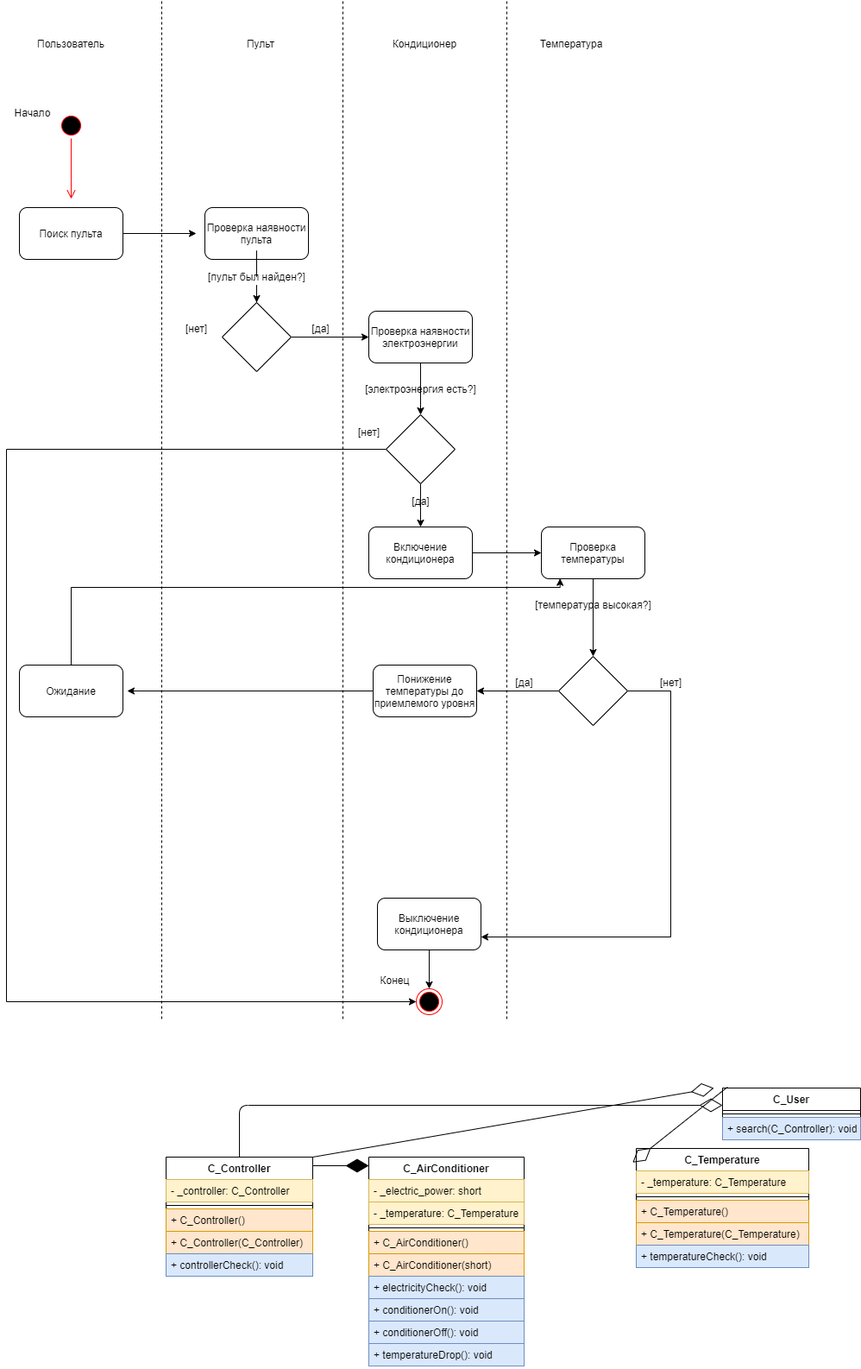
Before: Untitled Diagram.drawio.png, a diagram exported from draw.io (Bogdan0012/UML-works). Source tidied: cells renumbered, new cells last; positions are measured from the earlier drawing's top-left corner, leaving out a move shared by most shapes.
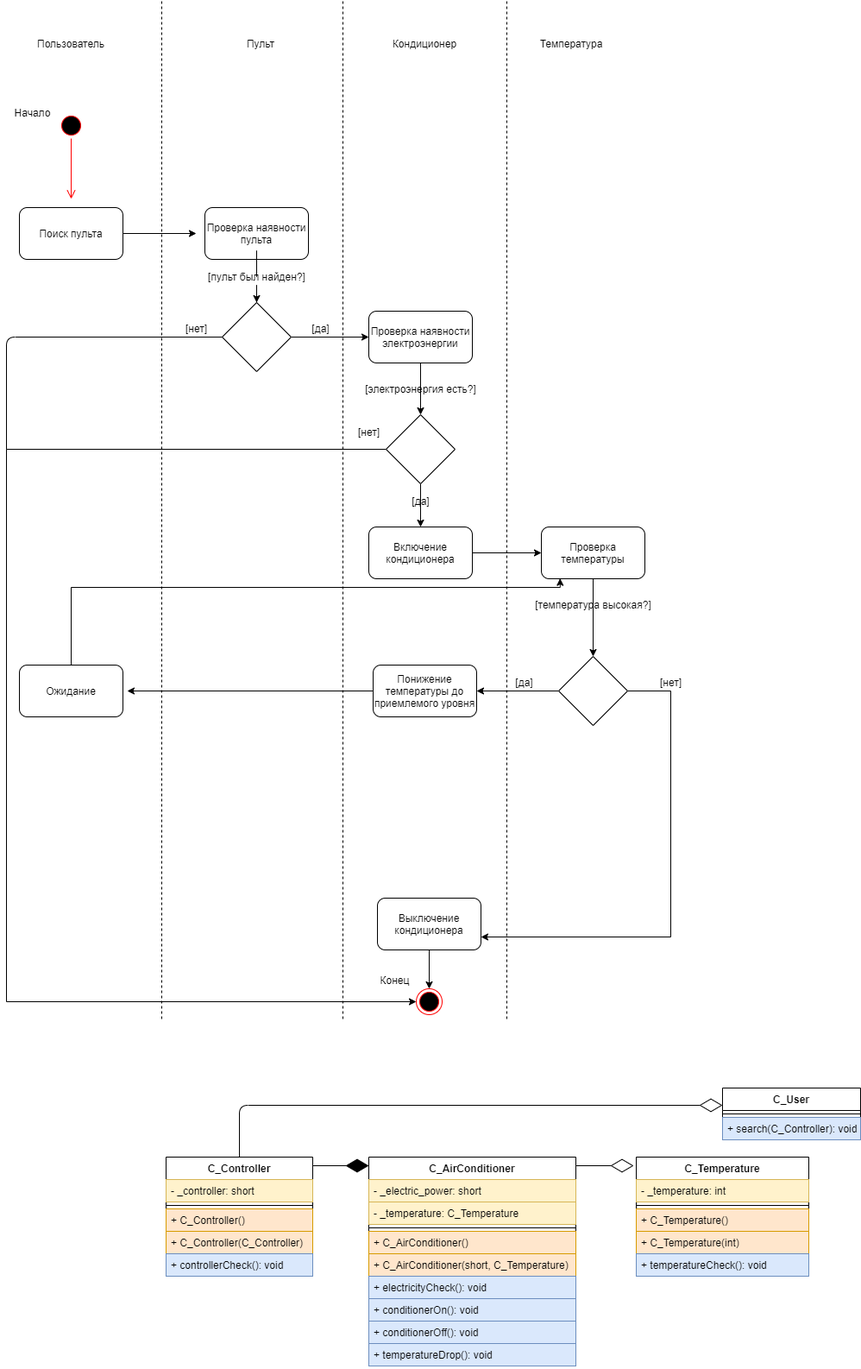
After the change.

What changed in the source:
```diff
@@ -186,7 +186,7 @@
     <mxCell id="51" value="C_Controller" style="swimlane;fontStyle=1;align=center;verticalAlign=top;horizontal=1;startSize=26;" parent="1" vertex="1">
       <mxGeometry x="185" y="1340" width="170" height="138" as="geometry" />
     </mxCell>
-    <mxCell id="52" value="- _controller: C_Controller" style="text;strokeColor=#d6b656;fillColor=#fff2cc;align=left;verticalAlign=top;spacingLeft=4;spacingRight=4;overflow=hidden;" parent="51" vertex="1">
+    <mxCell id="52" value="- _controller: short" style="text;strokeColor=#d6b656;fillColor=#fff2cc;align=left;verticalAlign=top;spacingLeft=4;spacingRight=4;overflow=hidden;" parent="51" vertex="1">
       <mxGeometry y="26" width="170" height="26" as="geometry" />
     </mxCell>
     <mxCell id="53" style="line;strokeWidth=1;fillColor=none;align=left;verticalAlign=middle;spacingTop=-1;spacingLeft=3;spacingRight=3;labelPosition=right;" parent="51" vertex="1">
@@ -202,39 +202,39 @@
       <mxGeometry y="112" width="170" height="26" as="geometry" />
     </mxCell>
     <mxCell id="57" value="C_AirConditioner" style="swimlane;fontStyle=1;align=center;verticalAlign=top;horizontal=1;startSize=26;" parent="1" vertex="1">
-      <mxGeometry x="420" y="1340" width="180" height="242" as="geometry" />
+      <mxGeometry x="420" y="1340" width="240" height="242" as="geometry" />
     </mxCell>
     <mxCell id="58" value="- _electric_power: short" style="text;strokeColor=#d6b656;fillColor=#fff2cc;align=left;verticalAlign=top;spacingLeft=4;spacingRight=4;overflow=hidden;" parent="57" vertex="1">
-      <mxGeometry y="26" width="180" height="26" as="geometry" />
+      <mxGeometry y="26" width="240" height="26" as="geometry" />
     </mxCell>
     <mxCell id="59" value="- _temperature: C_Temperature" style="text;strokeColor=#d6b656;fillColor=#fff2cc;align=left;verticalAlign=top;spacingLeft=4;spacingRight=4;overflow=hidden;" parent="57" vertex="1">
-      <mxGeometry y="52" width="180" height="26" as="geometry" />
+      <mxGeometry y="52" width="240" height="26" as="geometry" />
     </mxCell>
     <mxCell id="60" style="line;strokeWidth=1;fillColor=none;align=left;verticalAlign=middle;spacingTop=-1;spacingLeft=3;spacingRight=3;labelPosition=right;" parent="57" vertex="1">
-      <mxGeometry y="78" width="180" height="8" as="geometry" />
+      <mxGeometry y="78" width="240" height="8" as="geometry" />
     </mxCell>
     <mxCell id="61" value="+ C_AirConditioner()" style="text;strokeColor=#d79b00;fillColor=#ffe6cc;align=left;verticalAlign=top;spacingLeft=4;spacingRight=4;overflow=hidden;" parent="57" vertex="1">
-      <mxGeometry y="86" width="180" height="26" as="geometry" />
+      <mxGeometry y="86" width="240" height="26" as="geometry" />
     </mxCell>
-    <mxCell id="62" value="+ C_AirConditioner(short)" style="text;strokeColor=#d79b00;fillColor=#ffe6cc;align=left;verticalAlign=top;spacingLeft=4;spacingRight=4;overflow=hidden;" parent="57" vertex="1">
-      <mxGeometry y="112" width="180" height="26" as="geometry" />
+    <mxCell id="62" value="+ C_AirConditioner(short, C_Temperature)" style="text;strokeColor=#d79b00;fillColor=#ffe6cc;align=left;verticalAlign=top;spacingLeft=4;spacingRight=4;overflow=hidden;" parent="57" vertex="1">
+      <mxGeometry y="112" width="240" height="26" as="geometry" />
     </mxCell>
     <mxCell id="63" value="+ electricityCheck(): void" style="text;strokeColor=#6c8ebf;fillColor=#dae8fc;align=left;verticalAlign=top;spacingLeft=4;spacingRight=4;overflow=hidden;" parent="57" vertex="1">
-      <mxGeometry y="138" width="180" height="26" as="geometry" />
+      <mxGeometry y="138" width="240" height="26" as="geometry" />
     </mxCell>
     <mxCell id="64" value="+ conditionerOn(): void" style="text;strokeColor=#6c8ebf;fillColor=#dae8fc;align=left;verticalAlign=top;spacingLeft=4;spacingRight=4;overflow=hidden;" parent="57" vertex="1">
-      <mxGeometry y="164" width="180" height="26" as="geometry" />
+      <mxGeometry y="164" width="240" height="26" as="geometry" />
     </mxCell>
     <mxCell id="65" value="+ conditionerOff(): void" style="text;strokeColor=#6c8ebf;fillColor=#dae8fc;align=left;verticalAlign=top;spacingLeft=4;spacingRight=4;overflow=hidden;" parent="57" vertex="1">
-      <mxGeometry y="190" width="180" height="26" as="geometry" />
+      <mxGeometry y="190" width="240" height="26" as="geometry" />
     </mxCell>
     <mxCell id="66" value="+ temperatureDrop(): void" style="text;strokeColor=#6c8ebf;fillColor=#dae8fc;align=left;verticalAlign=top;spacingLeft=4;spacingRight=4;overflow=hidden;" parent="57" vertex="1">
-      <mxGeometry y="216" width="180" height="26" as="geometry" />
+      <mxGeometry y="216" width="240" height="26" as="geometry" />
     </mxCell>
     <mxCell id="67" value="C_Temperature" style="swimlane;fontStyle=1;align=center;verticalAlign=top;horizontal=1;startSize=26;" parent="1" vertex="1">
-      <mxGeometry x="730" y="1330" width="200" height="138" as="geometry" />
+      <mxGeometry x="730" y="1340" width="200" height="138" as="geometry" />
     </mxCell>
-    <mxCell id="68" value="- _temperature: C_Temperature" style="text;strokeColor=#d6b656;fillColor=#fff2cc;align=left;verticalAlign=top;spacingLeft=4;spacingRight=4;overflow=hidden;" parent="67" vertex="1">
+    <mxCell id="68" value="- _temperature: int" style="text;strokeColor=#d6b656;fillColor=#fff2cc;align=left;verticalAlign=top;spacingLeft=4;spacingRight=4;overflow=hidden;" parent="67" vertex="1">
       <mxGeometry y="26" width="200" height="26" as="geometry" />
     </mxCell>
     <mxCell id="69" style="line;strokeWidth=1;fillColor=none;align=left;verticalAlign=middle;spacingTop=-1;spacingLeft=3;spacingRight=3;labelPosition=right;" parent="67" vertex="1">
@@ -243,7 +243,7 @@
     <mxCell id="70" value="+ C_Temperature()" style="text;strokeColor=#d79b00;fillColor=#ffe6cc;align=left;verticalAlign=top;spacingLeft=4;spacingRight=4;overflow=hidden;" parent="67" vertex="1">
       <mxGeometry y="60" width="200" height="26" as="geometry" />
     </mxCell>
-    <mxCell id="71" value="+ C_Temperature(C_Temperature)" style="text;strokeColor=#d79b00;fillColor=#ffe6cc;align=left;verticalAlign=top;spacingLeft=4;spacingRight=4;overflow=hidden;" parent="67" vertex="1">
+    <mxCell id="71" value="+ C_Temperature(int)" style="text;strokeColor=#d79b00;fillColor=#ffe6cc;align=left;verticalAlign=top;spacingLeft=4;spacingRight=4;overflow=hidden;" parent="67" vertex="1">
       <mxGeometry y="86" width="200" height="26" as="geometry" />
     </mxCell>
     <mxCell id="72" value="+ temperatureCheck(): void" style="text;strokeColor=#6c8ebf;fillColor=#dae8fc;align=left;verticalAlign=top;spacingLeft=4;spacingRight=4;overflow=hidden;" parent="67" vertex="1">
@@ -263,13 +263,20 @@
         </Array>
       </mxGeometry>
     </mxCell>
-    <mxCell id="75" style="endArrow=diamondThin;endFill=0;endSize=24;html=1;entryX=-0.021;entryY=0.118;entryDx=0;entryDy=0;entryPerimeter=0;exitX=0.036;exitY=-0.019;exitDx=0;exitDy=0;exitPerimeter=0;" parent="1" edge="1" source="48" target="67">
-      <mxGeometry relative="1" as="geometry" />
-    </mxCell>
-    <mxCell id="76" style="endArrow=diamondThin;endFill=0;endSize=24;html=1;exitX=1;exitY=0;exitDx=0;exitDy=0;" parent="1" edge="1" source="51">
-      <mxGeometry relative="1" as="geometry">
-        <mxPoint x="820" y="1260" as="targetPoint" />
-      </mxGeometry>
-    </mxCell>
+    <mxCell id="77" style="endArrow=diamondThin;endFill=0;endSize=24;html=1;" parent="1" edge="1">
+      <mxGeometry relative="1" as="geometry">
+        <mxPoint x="660" y="1350" as="sourcePoint" />
+        <mxPoint x="727" y="1350" as="targetPoint" />
+      </mxGeometry>
+    </mxCell>
+    <mxCell id="78" style="endArrow=none;html=1;" parent="1" edge="1">
+      <mxGeometry relative="1" as="geometry">
+        <mxPoint y="520" as="sourcePoint" />
+        <mxPoint x="250" y="390" as="targetPoint" />
+        <Array as="points">
+          <mxPoint y="390" />
+        </Array>
+      </mxGeometry>
+    </mxCell>
   </root>
 </mxGraphModel>
```
